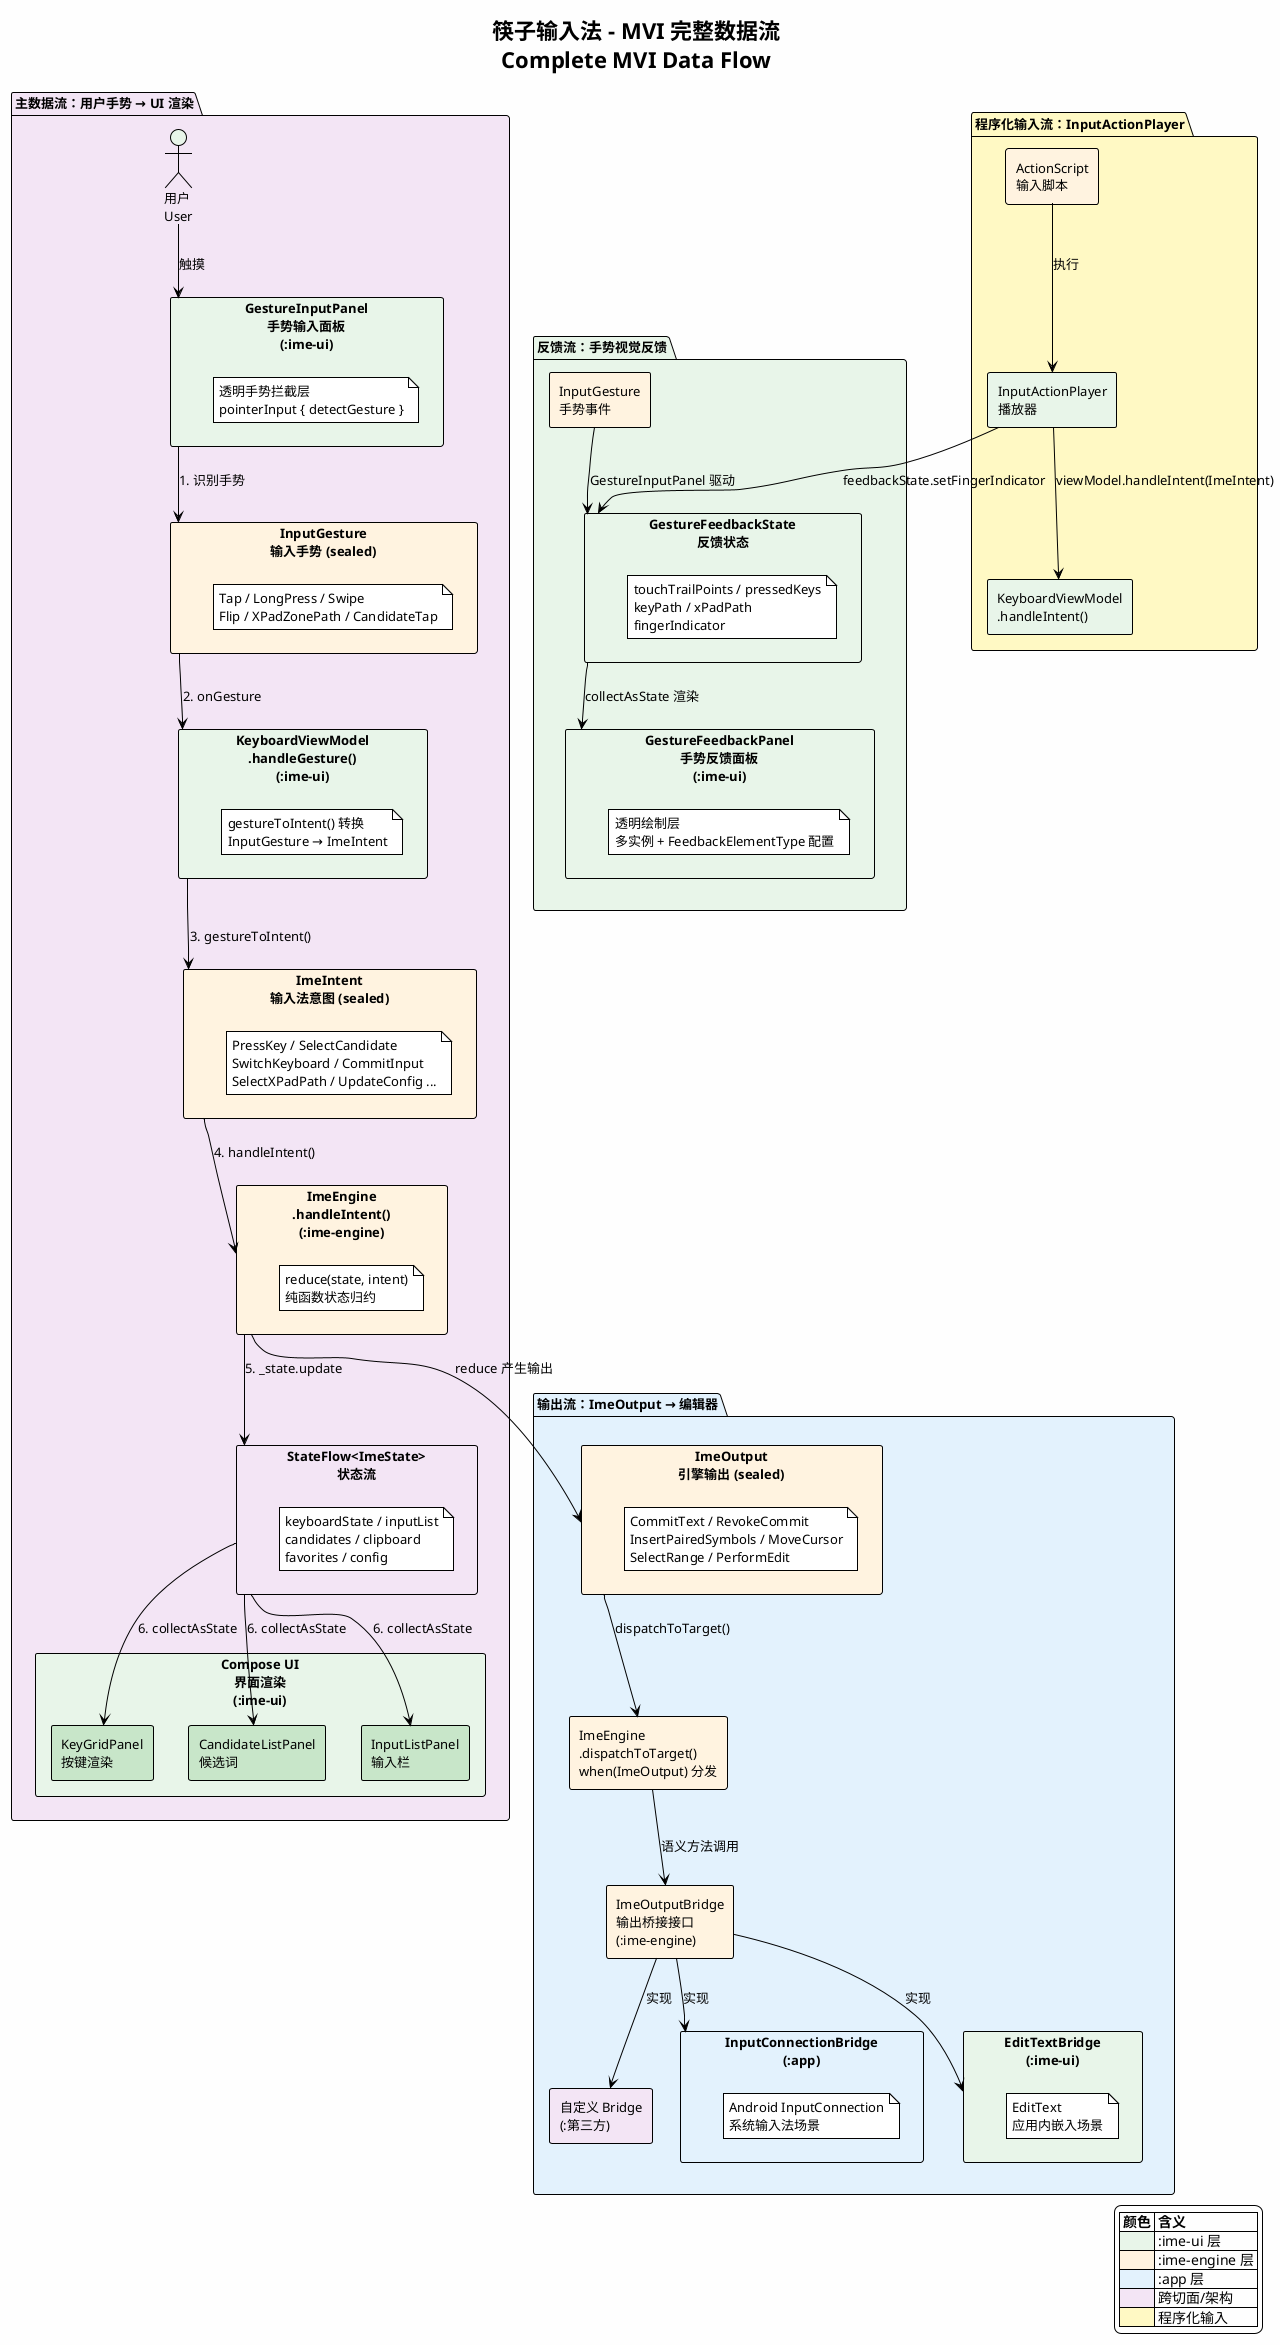
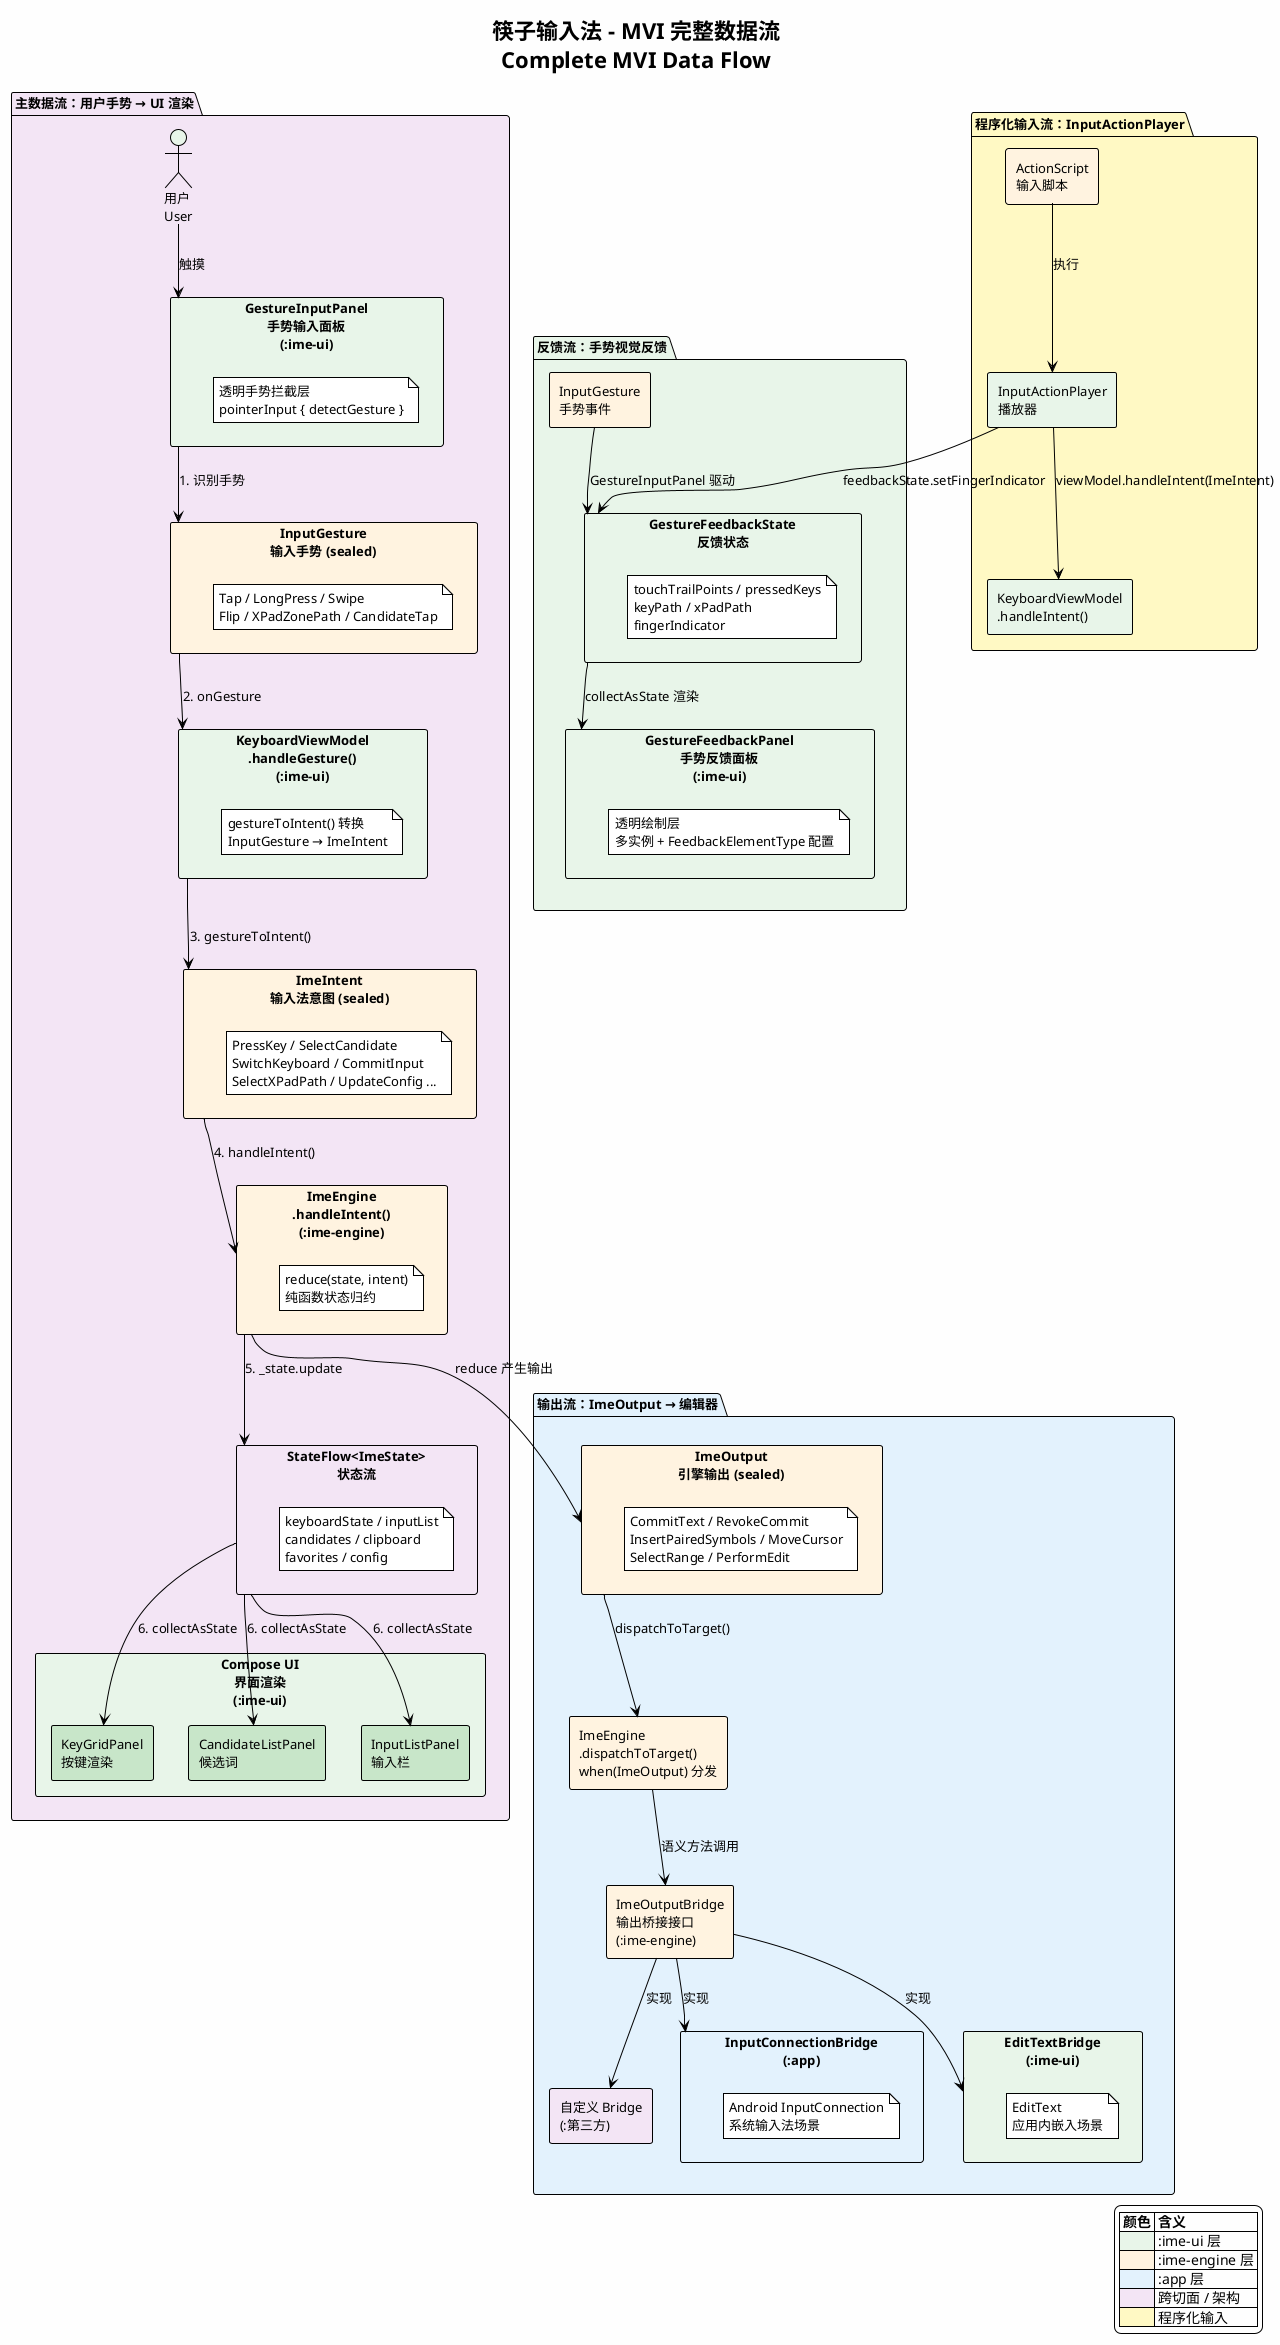
@startuml mvi-data-flow
!theme plain
skinparam backgroundColor #FEFEFE
skinparam shadowing false
skinparam defaultFontSize 13
skinparam activityFontSize 13

title 筷子输入法 - MVI 完整数据流\nComplete MVI Data Flow

' ─── 主数据流：用户手势 → UI 渲染 ─────────────────────────────────

package "主数据流：用户手势 → UI 渲染" as main_flow #F3E5F5 {

    actor "用户\nUser" as user #E8F5E9

    rectangle "GestureInputPanel\n手势输入面板\n(:ime-ui)" as GIP #E8F5E9 {
        note as gip_note
            透明手势拦截层
            pointerInput { detectGesture }
        end note
    }

    rectangle "InputGesture\n输入手势 (sealed)" as IG #FFF3E0 {
        note as ig_note
            Tap / LongPress / Swipe
            Flip / XPadZonePath / CandidateTap
        end note
    }

    rectangle "KeyboardViewModel\n.handleGesture()\n(:ime-ui)" as KVM #E8F5E9 {
        note as kvm_note
            gestureToIntent() 转换
            InputGesture → ImeIntent
        end note
    }

    rectangle "ImeIntent\n输入法意图 (sealed)" as II #FFF3E0 {
        note as ii_note
            PressKey / SelectCandidate
            SwitchKeyboard / CommitInput
            SelectXPadPath / UpdateConfig ...
        end note
    }

    rectangle "ImeEngine\n.handleIntent()\n(:ime-engine)" as IE #FFF3E0 {
        note as ie_note
            reduce(state, intent)
            纯函数状态归约
        end note
    }

    rectangle "StateFlow<ImeState>\n状态流" as SF #F3E5F5 {
        note as sf_note
            keyboardState / inputList
            candidates / clipboard
            favorites / config
        end note
    }

    rectangle "Compose UI\n界面渲染\n(:ime-ui)" as UI #E8F5E9 {
        rectangle "KeyGridPanel\n按键渲染" as KGP #C8E6C9
        rectangle "CandidateListPanel\n候选词" as CLP #C8E6C9
        rectangle "InputListPanel\n输入栏" as ILP #C8E6C9
    }

    user --> GIP : "触摸"
    GIP --> IG : "1. 识别手势"
    IG --> KVM : "2. onGesture"
    KVM --> II : "3. gestureToIntent()"
    II --> IE : "4. handleIntent()"
    IE --> SF : "5. _state.update"
    SF --> KGP : "6. collectAsState"
    SF --> CLP : "6. collectAsState"
    SF --> ILP : "6. collectAsState"
}

' ─── 输出流：ImeOutput → 桥梁 ────────────────────────────────────

package "输出流：ImeOutput → 编辑器" as output_flow #E3F2FD {

    rectangle "ImeOutput\n引擎输出 (sealed)" as IO #FFF3E0 {
        note as io_note
            CommitText / RevokeCommit
            InsertPairedSymbols / MoveCursor
            SelectRange / PerformEdit
        end note
    }

    rectangle "ImeEngine\n.dispatchToTarget()\nwhen(ImeOutput) 分发" as Dispatch #FFF3E0

    rectangle "ImeOutputBridge\n输出桥接接口\n(:ime-engine)" as Bridge #FFF3E0

    rectangle "InputConnectionBridge\n(:app)" as ICB #E3F2FD {
        note as icb_note
            Android InputConnection
            系统输入法场景
        end note
    }

    rectangle "EditTextBridge\n(:ime-ui)" as ETB #E8F5E9 {
        note as etb_note
            EditText
            应用内嵌入场景
        end note
    }

    rectangle "自定义 Bridge\n(:第三方)" as Custom #F3E5F5

    IE --> IO : "reduce 产生输出"
    IO --> Dispatch : "dispatchToTarget()"
    Dispatch --> Bridge : "语义方法调用"
    Bridge --> ICB : "实现"
    Bridge --> ETB : "实现"
    Bridge --> Custom : "实现"
}

' ─── 反馈流：GestureFeedbackState ──────────────────────────────────

package "反馈流：手势视觉反馈" as feedback_flow #E8F5E9 {

    rectangle "InputGesture\n手势事件" as IG2 #FFF3E0

    rectangle "GestureFeedbackState\n反馈状态" as GFS #E8F5E9 {
        note as gfs_note
            touchTrailPoints / pressedKeys
            keyPath / xPadPath
            fingerIndicator
        end note
    }

    rectangle "GestureFeedbackPanel\n手势反馈面板\n(:ime-ui)" as GFP #E8F5E9 {
        note as gfp_note
            透明绘制层
            多实例 + FeedbackElementType 配置
        end note
    }

    IG2 --> GFS : "GestureInputPanel 驱动"
    GFS --> GFP : "collectAsState 渲染"
}

' ─── 程序化输入流 ─────────────────────────────────────────────────

package "程序化输入流：InputActionPlayer" as program_flow #FFF9C4 {

    rectangle "ActionScript\n输入脚本" as AS #FFF3E0
    rectangle "InputActionPlayer\n播放器" as IAP #E8F5E9
    rectangle "KeyboardViewModel\n.handleIntent()" as KVM2 #E8F5E9

    AS --> IAP : "执行"
    IAP --> KVM2 : "viewModel.handleIntent(ImeIntent)"
    IAP --> GFS : "feedbackState.setFingerIndicator"
}

' ─── Legend ─────────────────────────────────────────────────────────

legend right
    |= 颜色 |= 含义 |
    |<#E8F5E9>| :ime-ui 层 |
    |<#FFF3E0>| :ime-engine 层 |
    |<#E3F2FD>| :app 层 |
-     |<#F3E5F5>| 跨切面/架构 |
+     |<#F3E5F5>| 跨切面 / 架构 |
    |<#FFF9C4>| 程序化输入 |
endlegend

@enduml
